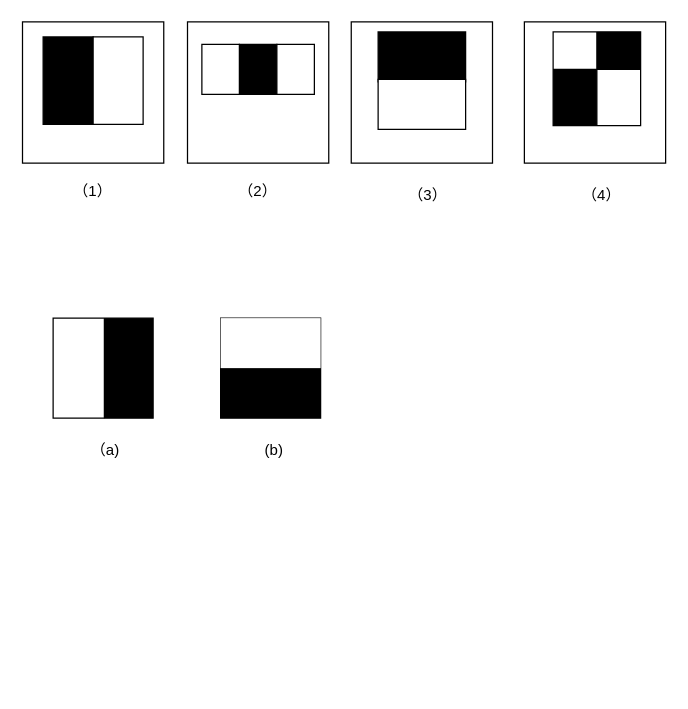
Above: 毕业设计.drawio in keyty-str/MySQL (draw.io), before the change. Source tidied: cells renumbered, new cells numbered last; positions are measured from the earlier drawing's top-left corner, leaving out a move shared by most shapes. Both pictures are drawn from the tidied source at 125%, with x=0, y=0 at pixel (22, 21).
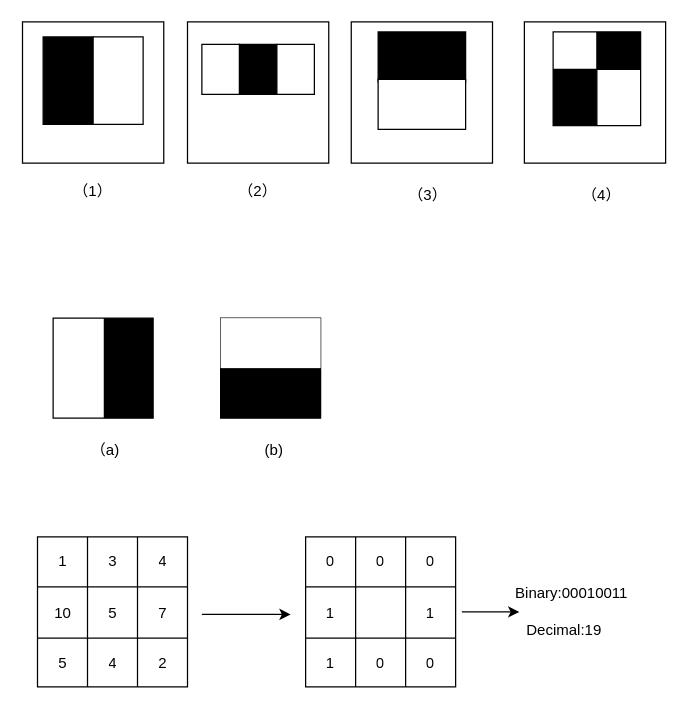
The same diagram, later.

What changed in the source:
```diff
@@
+    <mxCell id="34" style="shape=table;startSize=0;childLayout=tableLayout;" parent="1" vertex="1">
+      <mxGeometry x="11.5" y="412" width="120" height="120" as="geometry" />
+    </mxCell>
+    <mxCell id="35" style="shape=tableRow;horizontal=0;startSize=0;swimlaneHead=0;swimlaneBody=0;top=0;left=0;bottom=0;right=0;fillColor=none;" parent="34" vertex="1">
+      <mxGeometry width="120" height="40" as="geometry" />
+    </mxCell>
+    <mxCell id="36" value="1" style="shape=partialRectangle;html=1;whiteSpace=wrap;overflow=hidden;fillColor=none;top=0;left=0;bottom=0;right=0;" parent="35" vertex="1">
+      <mxGeometry width="40" height="40" as="geometry" />
+    </mxCell>
+    <mxCell id="37" value="3" style="shape=partialRectangle;html=1;whiteSpace=wrap;overflow=hidden;fillColor=none;top=0;left=0;bottom=0;right=0;" parent="35" vertex="1">
+      <mxGeometry x="40" width="40" height="40" as="geometry" />
+    </mxCell>
+    <mxCell id="38" value="4" style="shape=partialRectangle;html=1;whiteSpace=wrap;overflow=hidden;fillColor=none;top=0;left=0;bottom=0;right=0;" parent="35" vertex="1">
+      <mxGeometry x="80" width="40" height="40" as="geometry" />
+    </mxCell>
+    <mxCell id="39" style="shape=tableRow;horizontal=0;startSize=0;swimlaneHead=0;swimlaneBody=0;top=0;left=0;bottom=0;right=0;fillColor=none;" parent="34" vertex="1">
+      <mxGeometry y="40" width="120" height="41" as="geometry" />
+    </mxCell>
+    <mxCell id="40" value="10" style="shape=partialRectangle;html=1;whiteSpace=wrap;overflow=hidden;fillColor=none;top=0;left=0;bottom=0;right=0;" parent="39" vertex="1">
+      <mxGeometry width="40" height="41" as="geometry" />
+    </mxCell>
+    <mxCell id="41" value="5" style="shape=partialRectangle;html=1;whiteSpace=wrap;overflow=hidden;fillColor=none;top=0;left=0;bottom=0;right=0;" parent="39" vertex="1">
+      <mxGeometry x="40" width="40" height="41" as="geometry" />
+    </mxCell>
+    <mxCell id="42" value="7" style="shape=partialRectangle;html=1;whiteSpace=wrap;overflow=hidden;fillColor=none;top=0;left=0;bottom=0;right=0;" parent="39" vertex="1">
+      <mxGeometry x="80" width="40" height="41" as="geometry" />
+    </mxCell>
+    <mxCell id="43" style="shape=tableRow;horizontal=0;startSize=0;swimlaneHead=0;swimlaneBody=0;top=0;left=0;bottom=0;right=0;fillColor=none;" parent="34" vertex="1">
+      <mxGeometry y="81" width="120" height="39" as="geometry" />
+    </mxCell>
+    <mxCell id="44" value="5" style="shape=partialRectangle;html=1;whiteSpace=wrap;overflow=hidden;fillColor=none;top=0;left=0;bottom=0;right=0;" parent="43" vertex="1">
+      <mxGeometry width="40" height="39" as="geometry" />
+    </mxCell>
+    <mxCell id="45" value="4" style="shape=partialRectangle;html=1;whiteSpace=wrap;overflow=hidden;fillColor=none;top=0;left=0;bottom=0;right=0;" parent="43" vertex="1">
+      <mxGeometry x="40" width="40" height="39" as="geometry" />
+    </mxCell>
+    <mxCell id="46" value="2" style="shape=partialRectangle;html=1;whiteSpace=wrap;overflow=hidden;fillColor=none;top=0;left=0;bottom=0;right=0;" parent="43" vertex="1">
+      <mxGeometry x="80" width="40" height="39" as="geometry" />
+    </mxCell>
+    <mxCell id="47" style="shape=table;startSize=0;childLayout=tableLayout;" parent="1" vertex="1">
+      <mxGeometry x="226" y="412" width="120" height="120" as="geometry" />
+    </mxCell>
+    <mxCell id="48" style="shape=tableRow;horizontal=0;startSize=0;swimlaneHead=0;swimlaneBody=0;top=0;left=0;bottom=0;right=0;fillColor=none;" parent="47" vertex="1">
+      <mxGeometry width="120" height="40" as="geometry" />
+    </mxCell>
+    <mxCell id="49" value="0" style="shape=partialRectangle;html=1;whiteSpace=wrap;overflow=hidden;fillColor=none;top=0;left=0;bottom=0;right=0;" parent="48" vertex="1">
+      <mxGeometry width="40" height="40" as="geometry" />
+    </mxCell>
+    <mxCell id="50" value="0" style="shape=partialRectangle;html=1;whiteSpace=wrap;overflow=hidden;fillColor=none;top=0;left=0;bottom=0;right=0;" parent="48" vertex="1">
+      <mxGeometry x="40" width="40" height="40" as="geometry" />
+    </mxCell>
+    <mxCell id="51" value="0" style="shape=partialRectangle;html=1;whiteSpace=wrap;overflow=hidden;fillColor=none;top=0;left=0;bottom=0;right=0;" parent="48" vertex="1">
+      <mxGeometry x="80" width="40" height="40" as="geometry" />
+    </mxCell>
+    <mxCell id="52" style="shape=tableRow;horizontal=0;startSize=0;swimlaneHead=0;swimlaneBody=0;top=0;left=0;bottom=0;right=0;fillColor=none;" parent="47" vertex="1">
+      <mxGeometry y="40" width="120" height="41" as="geometry" />
+    </mxCell>
+    <mxCell id="53" value="1" style="shape=partialRectangle;html=1;whiteSpace=wrap;overflow=hidden;fillColor=none;top=0;left=0;bottom=0;right=0;" parent="52" vertex="1">
+      <mxGeometry width="40" height="41" as="geometry" />
+    </mxCell>
+    <mxCell id="54" style="shape=partialRectangle;html=1;whiteSpace=wrap;overflow=hidden;fillColor=none;top=0;left=0;bottom=0;right=0;" parent="52" vertex="1">
+      <mxGeometry x="40" width="40" height="41" as="geometry" />
+    </mxCell>
+    <mxCell id="55" value="1" style="shape=partialRectangle;html=1;whiteSpace=wrap;overflow=hidden;fillColor=none;top=0;left=0;bottom=0;right=0;" parent="52" vertex="1">
+      <mxGeometry x="80" width="40" height="41" as="geometry" />
+    </mxCell>
+    <mxCell id="56" style="shape=tableRow;horizontal=0;startSize=0;swimlaneHead=0;swimlaneBody=0;top=0;left=0;bottom=0;right=0;fillColor=none;" parent="47" vertex="1">
+      <mxGeometry y="81" width="120" height="39" as="geometry" />
+    </mxCell>
+    <mxCell id="57" value="1" style="shape=partialRectangle;html=1;whiteSpace=wrap;overflow=hidden;fillColor=none;top=0;left=0;bottom=0;right=0;" parent="56" vertex="1">
+      <mxGeometry width="40" height="39" as="geometry" />
+    </mxCell>
+    <mxCell id="58" value="0" style="shape=partialRectangle;html=1;whiteSpace=wrap;overflow=hidden;fillColor=none;top=0;left=0;bottom=0;right=0;" parent="56" vertex="1">
+      <mxGeometry x="40" width="40" height="39" as="geometry" />
+    </mxCell>
+    <mxCell id="59" value="0" style="shape=partialRectangle;html=1;whiteSpace=wrap;overflow=hidden;fillColor=none;top=0;left=0;bottom=0;right=0;" parent="56" vertex="1">
+      <mxGeometry x="80" width="40" height="39" as="geometry" />
+    </mxCell>
+    <mxCell id="60" style="endArrow=classic;html=1;rounded=0;" parent="1" edge="1">
+      <mxGeometry relative="1" as="geometry">
+        <mxPoint x="143" y="474" as="sourcePoint" />
+        <mxPoint x="214" y="474" as="targetPoint" />
+      </mxGeometry>
+    </mxCell>
+    <mxCell id="61" value="Binary:00010011" style="text;html=1;strokeColor=none;fillColor=none;align=center;verticalAlign=middle;whiteSpace=wrap;rounded=0;" parent="1" vertex="1">
+      <mxGeometry x="409" y="442" width="60" height="30" as="geometry" />
+    </mxCell>
+    <mxCell id="62" value="Decimal:19" style="text;html=1;strokeColor=none;fillColor=none;align=center;verticalAlign=middle;whiteSpace=wrap;rounded=0;" parent="1" vertex="1">
+      <mxGeometry x="403" y="472" width="60" height="30" as="geometry" />
+    </mxCell>
+    <mxCell id="63" style="endArrow=classic;html=1;rounded=0;" parent="1" edge="1">
+      <mxGeometry relative="1" as="geometry">
+        <mxPoint x="351" y="472" as="sourcePoint" />
+        <mxPoint x="397" y="472" as="targetPoint" />
+      </mxGeometry>
+    </mxCell>
```
